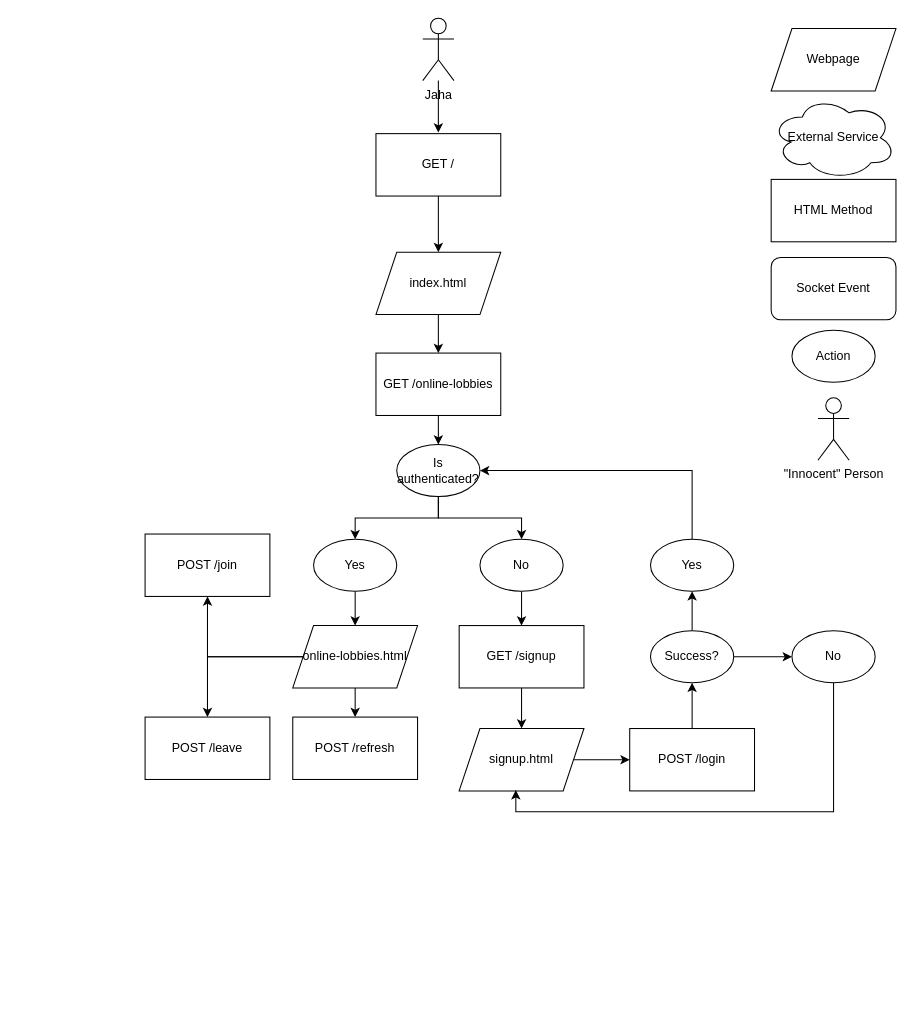
Earlier version of the draw.io diagram drawio/WebPageLayout.drawio (Zancmok/WebHeroes). Source tidied: cells renumbered, new cells numbered last; positions are measured from the earlier drawing's top-left corner, leaving out a move shared by most shapes. Both pictures are drawn from the tidied source at 104%, with x=0, y=0 at pixel (145, 18).
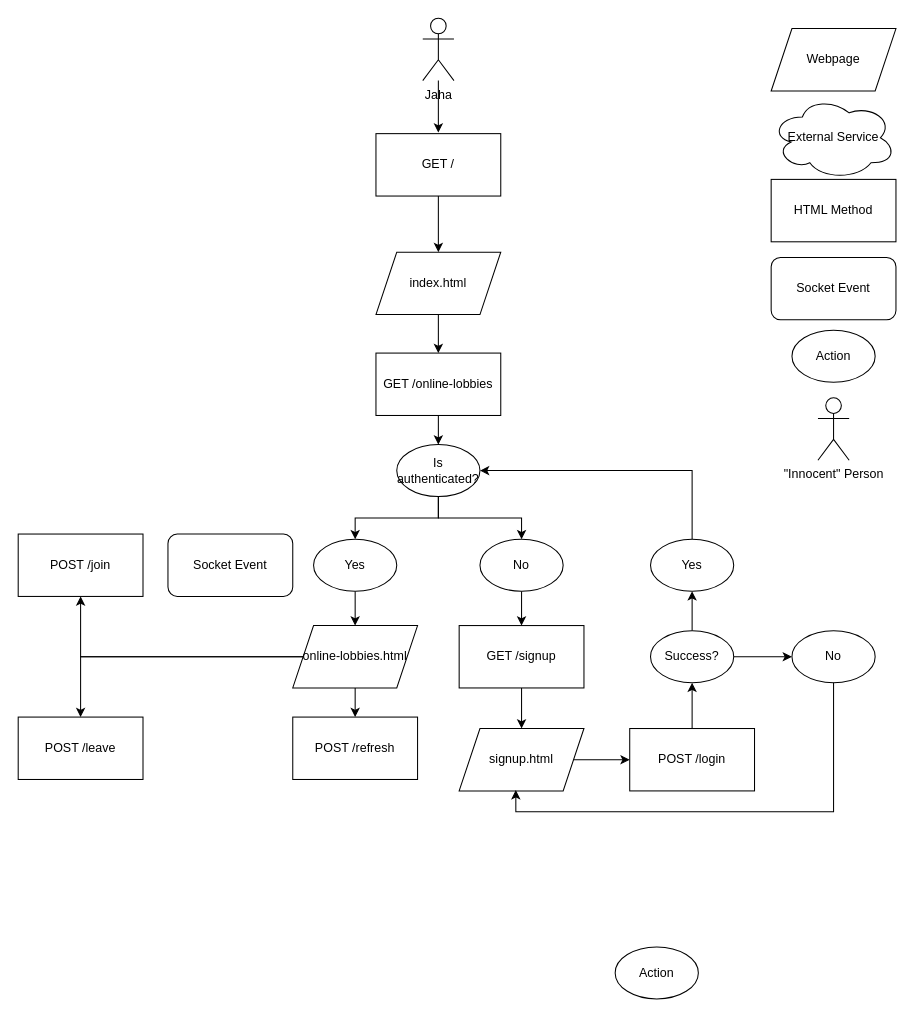
Above is the later version.

Change to the diagram source:
```diff
@@
     <mxCell id="42" value="POST /join" style="rounded=0;whiteSpace=wrap;html=1;" parent="1" vertex="1">
-      <mxGeometry y="496" width="120" height="60" as="geometry" />
+      <mxGeometry x="-122" y="496" width="120" height="60" as="geometry" />
     </mxCell>
     <mxCell id="43" value="POST /leave" style="rounded=0;whiteSpace=wrap;html=1;" parent="1" vertex="1">
-      <mxGeometry y="672" width="120" height="60" as="geometry" />
+      <mxGeometry x="-122" y="672" width="120" height="60" as="geometry" />
     </mxCell>
+    <mxCell id="44" value="Action" style="ellipse;whiteSpace=wrap;html=1;" parent="1" vertex="1">
+      <mxGeometry x="452" y="893" width="80" height="50" as="geometry" />
+    </mxCell>
+    <mxCell id="45" value="Socket Event" style="rounded=1;whiteSpace=wrap;html=1;" parent="1" vertex="1">
+      <mxGeometry x="22" y="496" width="120" height="60" as="geometry" />
+    </mxCell>
```
